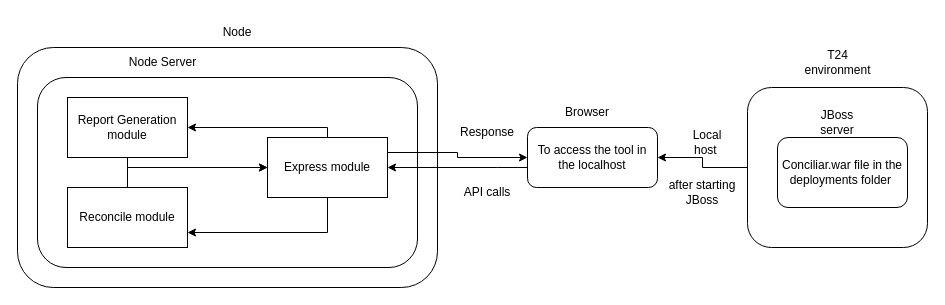
SasidharanL/Projects keeps this draw.io diagram as Flow chart/Untitled Diagram.drawio. Above is the earlier version. Source tidied: cells renumbered, new cells numbered last; positions are measured from the earlier drawing's top-left corner, leaving out a move shared by most shapes. Both pictures are drawn from the tidied source at 100%, with x=0, y=0 at pixel (17, 17).
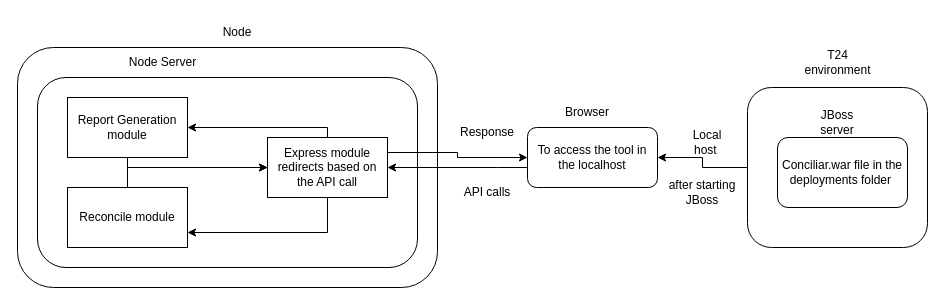
Above is the later version.

The edit, as a diff of the source:
```diff
@@
-    <mxCell id="13" value="Express module" style="rounded=0;whiteSpace=wrap;html=1;" parent="1" vertex="1">
+    <mxCell id="13" value="Express module&lt;br&gt;redirects based on the API call" style="rounded=0;whiteSpace=wrap;html=1;" parent="1" vertex="1">
       <mxGeometry x="250" y="120" width="120" height="60" as="geometry" />
     </mxCell>
```
